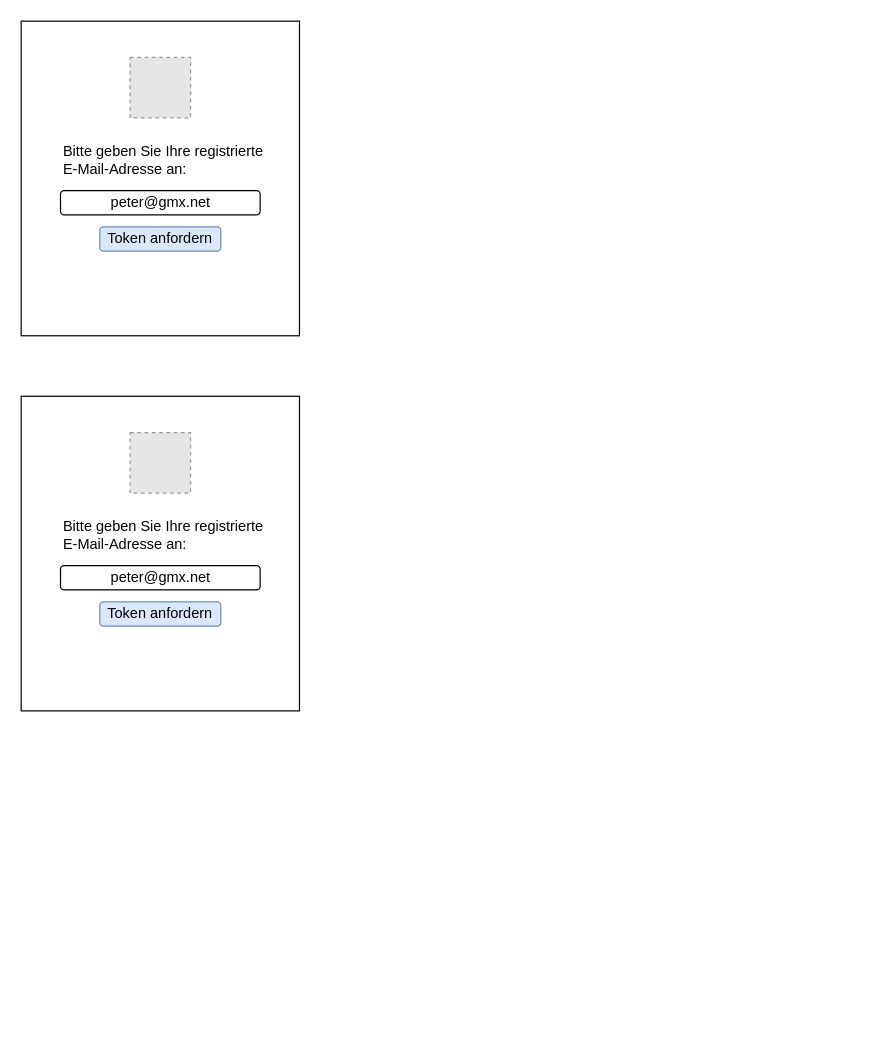
Above: Untitled Diagram.drawio in Xynratron/FlowCharts (draw.io), before the change. Source tidied: cells renumbered, new cells numbered last; positions are measured from the earlier drawing's top-left corner, leaving out a move shared by most shapes. Both pictures are drawn from the tidied source at 121%, with x=0, y=0 at pixel (21, 21). Pictures stored in the file or linked from it are replaced by grey dashed boxes.
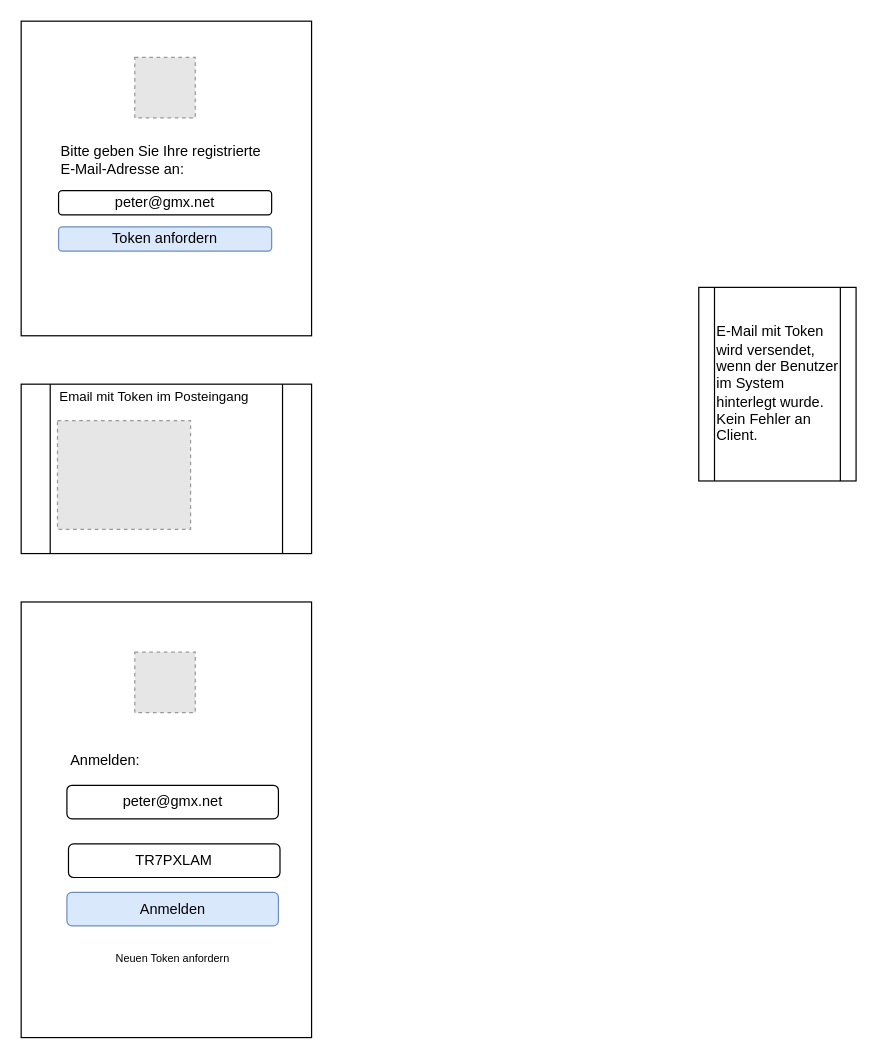
Above is the later version.

Commit message:
use Token

Change to the diagram source:
```diff
@@
 <mxGraphModel>
   <root>
     <mxCell id="0" />
     <mxCell id="1" parent="0" />
+    <mxCell id="12" value="E-Mail mit Token wird versendet, wenn der Benutzer im System hinterlegt wurde. Kein Fehler an Client." style="shape=process;whiteSpace=wrap;html=1;backgroundOutline=1;align=left;" parent="1" vertex="1">
+      <mxGeometry x="560" y="220" width="130" height="160" as="geometry" />
+    </mxCell>
+    <mxCell id="13" style="group;" parent="1" vertex="1">
+      <mxGeometry y="480" width="240" height="360" as="geometry" />
+    </mxCell>
+    <mxCell id="7" style="rounded=0;whiteSpace=wrap;html=1;" parent="13" vertex="1">
+      <mxGeometry width="240" height="360" as="geometry" />
+    </mxCell>
+    <mxCell id="8" value="peter@gmx.net" style="rounded=1;whiteSpace=wrap;html=1;align=center;" parent="13" vertex="1">
+      <mxGeometry x="37.8" y="151.5" width="174.8" height="27.7" as="geometry" />
+    </mxCell>
+    <mxCell id="9" value="Anmelden" style="rounded=1;whiteSpace=wrap;html=1;fillColor=#dae8fc;strokeColor=#6c8ebf;" parent="13" vertex="1">
+      <mxGeometry x="37.8" y="240" width="174.8" height="27.7" as="geometry" />
+    </mxCell>
+    <mxCell id="10" style="fillColor=#E6E6E6;strokeColor=#999999;dashed=1;verticalLabelPosition=bottom;labelBackgroundColor=#ffffff;verticalAlign=top;" parent="13" vertex="1">
+      <mxGeometry x="93.9" y="41.5" width="50" height="50" as="geometry" />
+    </mxCell>
+    <mxCell id="11" value="Anmelden:" style="text;html=1;strokeColor=none;fillColor=none;align=left;verticalAlign=middle;whiteSpace=wrap;rounded=0;" parent="13" vertex="1">
+      <mxGeometry x="39.1" y="110" width="182.6" height="41.5" as="geometry" />
+    </mxCell>
+    <mxCell id="14" value="TR7PXLAM" style="rounded=1;whiteSpace=wrap;html=1;align=center;" parent="13" vertex="1">
+      <mxGeometry x="39.1" y="200" width="174.8" height="27.7" as="geometry" />
+    </mxCell>
+    <mxCell id="15" value="&lt;font style=&quot;font-size: 9px&quot;&gt;Neuen Token anfordern&lt;/font&gt;" style="text;html=1;strokeColor=none;fillColor=none;align=center;verticalAlign=middle;whiteSpace=wrap;rounded=0;fontSize=6;" parent="13" vertex="1">
+      <mxGeometry x="36.5" y="280" width="177.4" height="30" as="geometry" />
+    </mxCell>
+    <mxCell id="16" style="group;" parent="1" vertex="1">
+      <mxGeometry width="240" height="260" as="geometry" />
+    </mxCell>
-    <mxCell id="2" style="rounded=0;whiteSpace=wrap;html=1;" parent="1" vertex="1">
-      <mxGeometry width="230" height="260" as="geometry" />
+    <mxCell id="2" style="rounded=0;whiteSpace=wrap;html=1;" parent="16" vertex="1">
+      <mxGeometry width="240" height="260" as="geometry" />
     </mxCell>
-    <mxCell id="3" value="peter@gmx.net" style="rounded=1;whiteSpace=wrap;html=1;" parent="1" vertex="1">
-      <mxGeometry x="32.5" y="140" width="165" height="20" as="geometry" />
+    <mxCell id="3" value="peter@gmx.net" style="rounded=1;whiteSpace=wrap;html=1;" parent="16" vertex="1">
+      <mxGeometry x="30.9" y="140" width="176.1" height="20" as="geometry" />
     </mxCell>
-    <mxCell id="4" value="Token anfordern" style="rounded=1;whiteSpace=wrap;html=1;fillColor=#dae8fc;strokeColor=#6c8ebf;" parent="1" vertex="1">
-      <mxGeometry x="65" y="170" width="100" height="20" as="geometry" />
+    <mxCell id="4" value="Token anfordern" style="rounded=1;whiteSpace=wrap;html=1;fillColor=#dae8fc;strokeColor=#6c8ebf;" parent="16" vertex="1">
+      <mxGeometry x="30.9" y="170" width="176.1" height="20" as="geometry" />
     </mxCell>
-    <mxCell id="5" style="fillColor=#E6E6E6;strokeColor=#999999;dashed=1;verticalLabelPosition=bottom;labelBackgroundColor=#ffffff;verticalAlign=top;" parent="1" vertex="1">
-      <mxGeometry x="90" y="30" width="50" height="50" as="geometry" />
+    <mxCell id="5" style="fillColor=#E6E6E6;strokeColor=#999999;dashed=1;verticalLabelPosition=bottom;labelBackgroundColor=#ffffff;verticalAlign=top;" parent="16" vertex="1">
+      <mxGeometry x="93.9" y="30" width="50" height="50" as="geometry" />
     </mxCell>
-    <mxCell id="6" value="Bitte geben Sie Ihre registrierte E-Mail-Adresse an:&amp;nbsp;&amp;nbsp;" style="text;html=1;strokeColor=none;fillColor=none;align=left;verticalAlign=middle;whiteSpace=wrap;rounded=0;" parent="1" vertex="1">
-      <mxGeometry x="32.5" y="100" width="175" height="30" as="geometry" />
+    <mxCell id="6" value="Bitte geben Sie Ihre registrierte E-Mail-Adresse an:&amp;nbsp;&amp;nbsp;" style="text;html=1;strokeColor=none;fillColor=none;align=left;verticalAlign=middle;whiteSpace=wrap;rounded=0;" parent="16" vertex="1">
+      <mxGeometry x="30.9" y="100" width="176.1" height="30" as="geometry" />
     </mxCell>
-    <mxCell id="7" style="rounded=0;whiteSpace=wrap;html=1;" parent="1" vertex="1">
-      <mxGeometry y="310" width="230" height="260" as="geometry" />
-    </mxCell>
-    <mxCell id="8" value="peter@gmx.net" style="rounded=1;whiteSpace=wrap;html=1;" parent="1" vertex="1">
-      <mxGeometry x="32.5" y="450" width="165" height="20" as="geometry" />
-    </mxCell>
-    <mxCell id="9" value="Token anfordern" style="rounded=1;whiteSpace=wrap;html=1;fillColor=#dae8fc;strokeColor=#6c8ebf;" parent="1" vertex="1">
-      <mxGeometry x="65" y="480" width="100" height="20" as="geometry" />
-    </mxCell>
-    <mxCell id="10" style="fillColor=#E6E6E6;strokeColor=#999999;dashed=1;verticalLabelPosition=bottom;labelBackgroundColor=#ffffff;verticalAlign=top;" parent="1" vertex="1">
-      <mxGeometry x="90" y="340" width="50" height="50" as="geometry" />
-    </mxCell>
-    <mxCell id="11" value="Bitte geben Sie Ihre registrierte E-Mail-Adresse an:&amp;nbsp;&amp;nbsp;" style="text;html=1;strokeColor=none;fillColor=none;align=left;verticalAlign=middle;whiteSpace=wrap;rounded=0;" parent="1" vertex="1">
-      <mxGeometry x="32.5" y="410" width="175" height="30" as="geometry" />
-    </mxCell>
+    <mxCell id="17" style="shape=process;whiteSpace=wrap;html=1;backgroundOutline=1;fontSize=6;align=center;labelPosition=center;verticalLabelPosition=top;verticalAlign=bottom;" parent="1" vertex="1">
+      <mxGeometry y="300" width="240" height="140" as="geometry" />
+    </mxCell>
+    <mxCell id="18" style="fillColor=#E6E6E6;strokeColor=#999999;dashed=1;verticalLabelPosition=top;labelBackgroundColor=#ffffff;verticalAlign=bottom;labelPosition=left;align=right;" parent="1" vertex="1">
+      <mxGeometry x="30" y="330.1" width="110" height="89.9" as="geometry" />
+    </mxCell>
+    <mxCell id="19" value="Email mit Token im Posteingang" style="text;html=1;strokeColor=none;fillColor=none;align=left;verticalAlign=middle;whiteSpace=wrap;rounded=0;fontSize=11;" parent="1" vertex="1">
+      <mxGeometry x="30" y="300" width="210" height="20" as="geometry" />
+    </mxCell>
   </root>
 </mxGraphModel>
```
